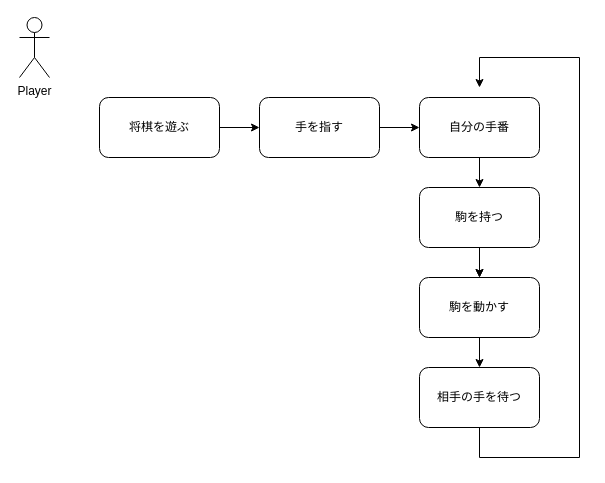
Earlier version of the draw.io diagram page "ユースケース図" (2 of 6) of システム関連図.drawio (HaruyaFujimoto/ts-shogi-docs). Source tidied: cells renumbered, new cells numbered last; positions are measured from the earlier drawing's top-left corner, leaving out a move shared by most shapes. Both pictures are drawn from the tidied source at 100%, with x=0, y=0 at pixel (19, 17).
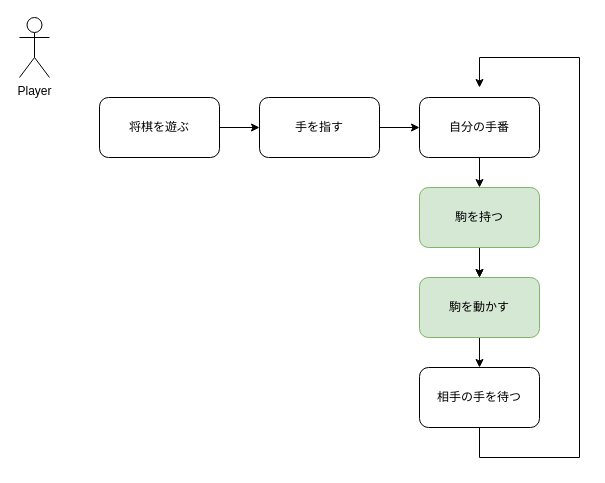
The same page after the edit.

Diff of the diagram source:
```diff
@@
 <mxGraphModel>
   <root>
     <mxCell id="0" />
     <mxCell id="1" parent="0" />
     <mxCell id="2" value="Player" style="shape=umlActor;verticalLabelPosition=bottom;verticalAlign=top;html=1;" parent="1" vertex="1">
       <mxGeometry width="30" height="60" as="geometry" />
     </mxCell>
     <mxCell id="3" style="edgeStyle=orthogonalEdgeStyle;rounded=0;jettySize=auto;html=1;" parent="1" edge="1" source="4" target="9">
       <mxGeometry relative="1" as="geometry" />
     </mxCell>
     <mxCell id="4" value="将棋を遊ぶ" style="rounded=1;whiteSpace=wrap;html=1;" parent="1" vertex="1">
       <mxGeometry x="80" y="80" width="120" height="60" as="geometry" />
     </mxCell>
     <mxCell id="5" style="edgeStyle=orthogonalEdgeStyle;rounded=0;jettySize=auto;html=1;" parent="1" edge="1" source="7" target="11">
       <mxGeometry relative="1" as="geometry" />
     </mxCell>
     <mxCell id="6" style="edgeStyle=orthogonalEdgeStyle;rounded=0;jettySize=auto;html=1;" parent="1" edge="1" source="7" target="11">
       <mxGeometry relative="1" as="geometry" />
     </mxCell>
-    <mxCell id="7" value="駒を持つ" style="rounded=1;whiteSpace=wrap;html=1;" parent="1" vertex="1">
+    <mxCell id="7" value="駒を持つ" style="rounded=1;whiteSpace=wrap;html=1;fillColor=#d5e8d4;strokeColor=#82b366;" parent="1" vertex="1">
       <mxGeometry x="400" y="170" width="120" height="60" as="geometry" />
     </mxCell>
     <mxCell id="8" style="edgeStyle=orthogonalEdgeStyle;rounded=0;jettySize=auto;html=1;" parent="1" edge="1" source="9" target="15">
       <mxGeometry relative="1" as="geometry" />
     </mxCell>
     <mxCell id="9" value="手を指す" style="rounded=1;whiteSpace=wrap;html=1;" parent="1" vertex="1">
       <mxGeometry x="240" y="80" width="120" height="60" as="geometry" />
     </mxCell>
     <mxCell id="10" style="edgeStyle=orthogonalEdgeStyle;rounded=0;jettySize=auto;html=1;" parent="1" edge="1" source="11" target="12">
       <mxGeometry relative="1" as="geometry" />
     </mxCell>
-    <mxCell id="11" value="駒を動かす" style="rounded=1;whiteSpace=wrap;html=1;" parent="1" vertex="1">
+    <mxCell id="11" value="駒を動かす" style="rounded=1;whiteSpace=wrap;html=1;fillColor=#d5e8d4;strokeColor=#82b366;" parent="1" vertex="1">
       <mxGeometry x="400" y="260" width="120" height="60" as="geometry" />
     </mxCell>
     <mxCell id="12" value="相手の手を待つ" style="rounded=1;whiteSpace=wrap;html=1;" parent="1" vertex="1">
       <mxGeometry x="400" y="350" width="120" height="60" as="geometry" />
     </mxCell>
     <mxCell id="13" style="endArrow=classic;html=1;rounded=0;exitX=0.5;exitY=1;exitDx=0;exitDy=0;" parent="1" edge="1" source="12">
       <mxGeometry relative="1" as="geometry">
         <mxPoint x="460" y="70" as="targetPoint" />
         <Array as="points">
           <mxPoint x="460" y="440" />
           <mxPoint x="560" y="440" />
           <mxPoint x="560" y="40" />
           <mxPoint x="460" y="40" />
         </Array>
       </mxGeometry>
     </mxCell>
     <mxCell id="14" style="edgeStyle=orthogonalEdgeStyle;rounded=0;jettySize=auto;html=1;" parent="1" edge="1" source="15" target="7">
       <mxGeometry relative="1" as="geometry" />
     </mxCell>
     <mxCell id="15" value="自分の手番" style="rounded=1;whiteSpace=wrap;html=1;" parent="1" vertex="1">
       <mxGeometry x="400" y="80" width="120" height="60" as="geometry" />
     </mxCell>
   </root>
 </mxGraphModel>
```
